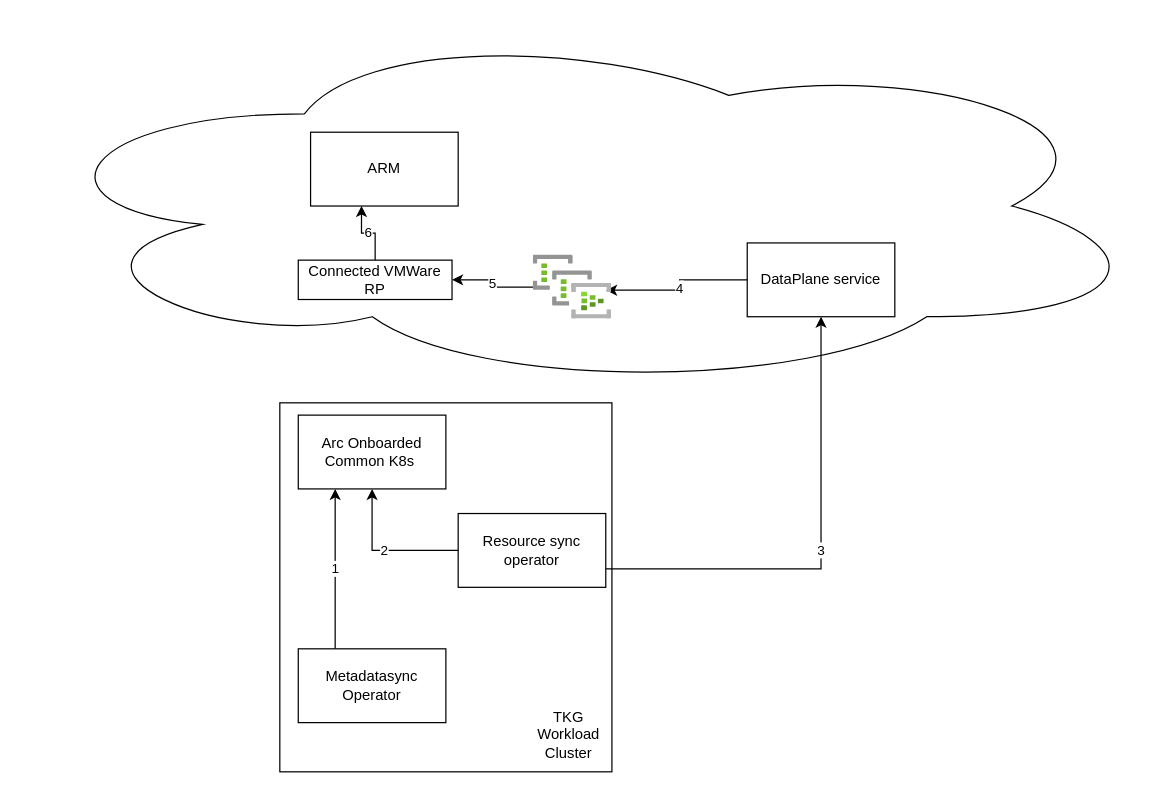
Earlier version of the draw.io diagram Metadatasync2.drawio (khandelwalbrijesh/RetentionScript). Source tidied: cells renumbered, new cells numbered last; positions are measured from the earlier drawing's top-left corner, leaving out a move shared by most shapes. Both pictures are drawn from the tidied source at 123%, with x=0, y=0 at pixel (21, 21).
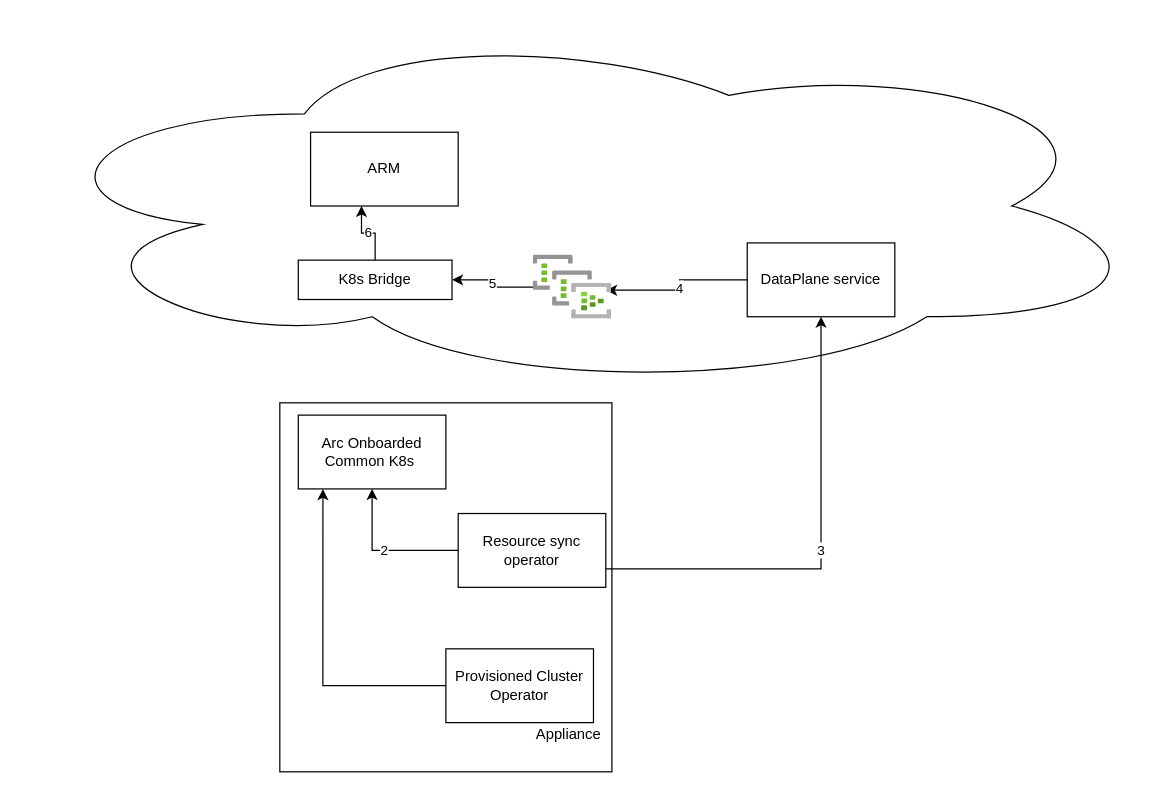
After the change.

What changed in the source:
```diff
@@
 <mxGraphModel>
   <root>
     <mxCell id="0" />
     <mxCell id="1" parent="0" />
     <mxCell id="2" style="rounded=0;whiteSpace=wrap;html=1;" parent="1" vertex="1">
       <mxGeometry x="210" y="310" width="270" height="300" as="geometry" />
     </mxCell>
     <mxCell id="3" value="Arc Onboarded Common K8s&amp;nbsp;" style="rounded=0;whiteSpace=wrap;html=1;" parent="1" vertex="1">
       <mxGeometry x="225" y="320" width="120" height="60" as="geometry" />
     </mxCell>
-    <mxCell id="4" value="1" style="edgeStyle=none;rounded=0;jettySize=auto;html=1;exitX=0.25;exitY=0;exitDx=0;exitDy=0;entryX=0.25;entryY=1;entryDx=0;entryDy=0;" parent="1" edge="1" source="5" target="3">
+    <mxCell id="4" style="edgeStyle=orthogonalEdgeStyle;rounded=0;jettySize=auto;html=1;exitX=0;exitY=0.5;exitDx=0;exitDy=0;entryX=0.167;entryY=1.002;entryDx=0;entryDy=0;entryPerimeter=0;" parent="1" edge="1" source="5" target="3">
       <mxGeometry relative="1" as="geometry" />
     </mxCell>
-    <mxCell id="5" value="Metadatasync Operator" style="rounded=0;whiteSpace=wrap;html=1;" parent="1" vertex="1">
-      <mxGeometry x="225" y="510" width="120" height="60" as="geometry" />
+    <mxCell id="5" value="Provisioned Cluster Operator" style="rounded=0;whiteSpace=wrap;html=1;" parent="1" vertex="1">
+      <mxGeometry x="345" y="510" width="120" height="60" as="geometry" />
     </mxCell>
     <mxCell id="6" value="2" style="edgeStyle=orthogonalEdgeStyle;rounded=0;jettySize=auto;html=1;exitX=0;exitY=0.5;exitDx=0;exitDy=0;" parent="1" edge="1" source="7" target="3">
       <mxGeometry relative="1" as="geometry" />
     </mxCell>
     <mxCell id="7" value="Resource sync operator" style="rounded=0;whiteSpace=wrap;html=1;" parent="1" vertex="1">
       <mxGeometry x="355" y="400" width="120" height="60" as="geometry" />
     </mxCell>
     <mxCell id="8" style="ellipse;shape=cloud;whiteSpace=wrap;html=1;" parent="1" vertex="1">
       <mxGeometry width="920" height="300" as="geometry" />
     </mxCell>
     <mxCell id="9" value="3" style="edgeStyle=orthogonalEdgeStyle;rounded=0;jettySize=auto;html=1;exitX=1;exitY=0.75;exitDx=0;exitDy=0;entryX=0.5;entryY=1;entryDx=0;entryDy=0;" parent="1" edge="1" source="7" target="11">
       <mxGeometry relative="1" as="geometry" />
     </mxCell>
     <mxCell id="10" value="4" style="edgeStyle=orthogonalEdgeStyle;rounded=0;jettySize=auto;html=1;exitX=0;exitY=0.5;exitDx=0;exitDy=0;entryX=0.926;entryY=0.547;entryDx=0;entryDy=0;entryPerimeter=0;" parent="1" edge="1" source="11" target="13">
       <mxGeometry relative="1" as="geometry" />
     </mxCell>
     <mxCell id="11" value="DataPlane service" style="rounded=0;whiteSpace=wrap;html=1;" parent="1" vertex="1">
       <mxGeometry x="590" y="180" width="120" height="60" as="geometry" />
     </mxCell>
     <mxCell id="12" value="5" style="edgeStyle=orthogonalEdgeStyle;rounded=0;jettySize=auto;html=1;" parent="1" edge="1" source="13" target="15">
       <mxGeometry relative="1" as="geometry" />
     </mxCell>
     <mxCell id="13" style="html=1;points=[];align=center;image;fontSize=12;image=img/lib/azure2/analytics/Event_Hub_Clusters.svg;" parent="1" vertex="1">
       <mxGeometry x="416" y="190" width="64" height="52" as="geometry" />
     </mxCell>
     <mxCell id="14" value="6" style="edgeStyle=orthogonalEdgeStyle;rounded=0;jettySize=auto;html=1;exitX=0.5;exitY=0;exitDx=0;exitDy=0;entryX=0.345;entryY=0.998;entryDx=0;entryDy=0;entryPerimeter=0;" parent="1" edge="1" source="15" target="17">
       <mxGeometry relative="1" as="geometry" />
     </mxCell>
-    <mxCell id="15" value="Connected VMWare RP" style="rounded=0;whiteSpace=wrap;html=1;" parent="1" vertex="1">
+    <mxCell id="15" value="K8s Bridge" style="rounded=0;whiteSpace=wrap;html=1;" parent="1" vertex="1">
       <mxGeometry x="225" y="194" width="125" height="32" as="geometry" />
     </mxCell>
-    <mxCell id="16" value="TKG Workload Cluster" style="text;html=1;strokeColor=none;fillColor=none;align=center;verticalAlign=middle;whiteSpace=wrap;rounded=0;" parent="1" vertex="1">
+    <mxCell id="16" value="Appliance" style="text;html=1;strokeColor=none;fillColor=none;align=center;verticalAlign=middle;whiteSpace=wrap;rounded=0;" parent="1" vertex="1">
       <mxGeometry x="413" y="570" width="64" height="20" as="geometry" />
     </mxCell>
     <mxCell id="17" value="ARM" style="rounded=0;whiteSpace=wrap;html=1;" parent="1" vertex="1">
       <mxGeometry x="235" y="90" width="120" height="60" as="geometry" />
     </mxCell>
   </root>
 </mxGraphModel>
```
